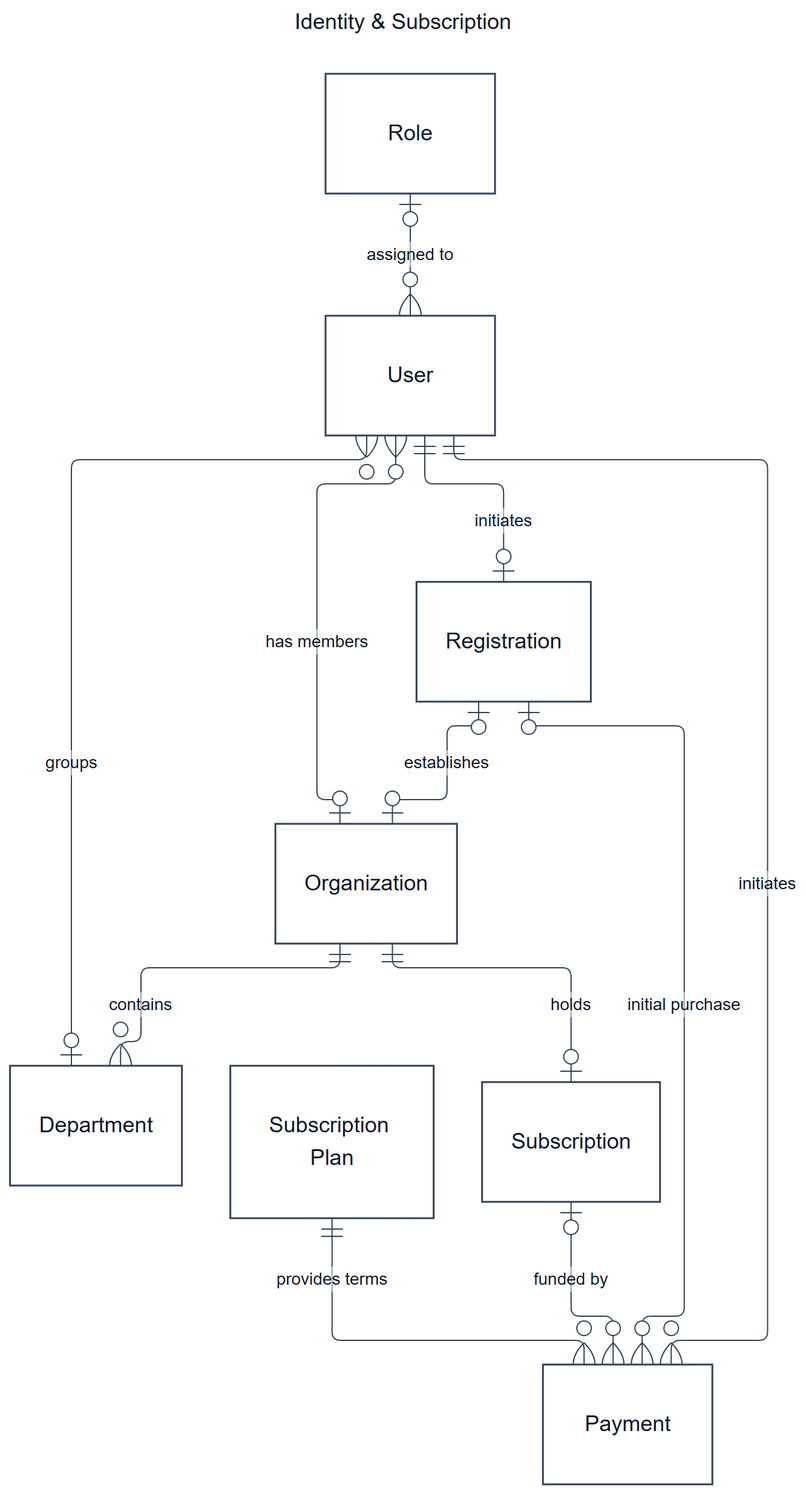
The Mermaid diagram documents/diagrams/mermaid/cerd-01.png in SEP490-Fall-2026-GFA26SE64/SEP490, before a commit. Its source is kept beside it as documents/diagrams/mermaid/cerd-01.mmd. Source of this version:
```mermaid
---
title: "Identity & Subscription"
config:
  layout: elk
  look: classic
  theme: base
  fontFamily: "Arial, sans-serif"
  themeCSS: ".node rect { stroke: #334155 !important; stroke-width: 1.5px !important; filter: none !important; }"
  themeVariables: {background: "#ffffff", primaryColor: "#ffffff", primaryTextColor: "#0f172a", primaryBorderColor: "#334155", lineColor: "#334155", textColor: "#0f172a", edgeLabelBackground: "#ffffff", fontSize: "18px"}
  er: {nodeSpacing: 36, rankSpacing: 65, minEntityWidth: 140, diagramPadding: 24}
---
erDiagram
  C01_Organization["Organization"]
  C01_User["User"]
  C01_Role["Role"]
  C01_Department["Department"]
  C01_Registration["Registration"]
  C01_Plan["Subscription Plan"]
  C01_Subscription["Subscription"]
  C01_Payment["Payment"]
  C01_Organization ||--o{ C01_Department : "contains"
  C01_Organization |o--o{ C01_User : "has members"
  C01_Department |o--o{ C01_User : "groups"
  C01_Role |o--o{ C01_User : "assigned to"
  C01_User ||--o| C01_Registration : "initiates"
  C01_Registration |o--o| C01_Organization : "establishes"
  C01_Organization ||--o| C01_Subscription : "holds"
  C01_User ||--o{ C01_Payment : "initiates"
  C01_Plan ||--o{ C01_Payment : "provides terms"
  C01_Registration |o--o{ C01_Payment : "initial purchase"
  C01_Subscription |o--o{ C01_Payment : "funded by"
```
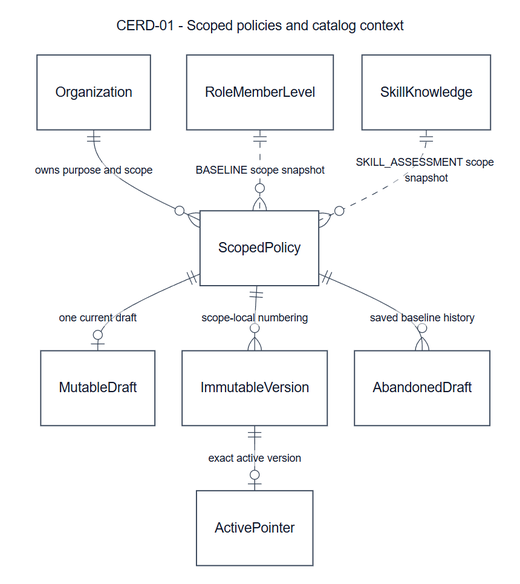
Later version of the same file.

Change to the diagram source:
```diff
@@ -1,7 +1,7 @@
 ---
-title: "Identity & Subscription"
+title: "CERD-01 - Scoped policies and catalog context"
 config:
-  layout: elk
+  layout: dagre
   look: classic
   theme: base
   fontFamily: "Arial, sans-serif"
@@ -9,23 +9,13 @@
   themeVariables: {background: "#ffffff", primaryColor: "#ffffff", primaryTextColor: "#0f172a", primaryBorderColor: "#334155", lineColor: "#334155", textColor: "#0f172a", edgeLabelBackground: "#ffffff", fontSize: "18px"}
   er: {nodeSpacing: 36, rankSpacing: 65, minEntityWidth: 140, diagramPadding: 24}
 ---
+
 erDiagram
-  C01_Organization["Organization"]
-  C01_User["User"]
-  C01_Role["Role"]
-  C01_Department["Department"]
-  C01_Registration["Registration"]
-  C01_Plan["Subscription Plan"]
-  C01_Subscription["Subscription"]
-  C01_Payment["Payment"]
-  C01_Organization ||--o{ C01_Department : "contains"
-  C01_Organization |o--o{ C01_User : "has members"
-  C01_Department |o--o{ C01_User : "groups"
-  C01_Role |o--o{ C01_User : "assigned to"
-  C01_User ||--o| C01_Registration : "initiates"
-  C01_Registration |o--o| C01_Organization : "establishes"
-  C01_Organization ||--o| C01_Subscription : "holds"
-  C01_User ||--o{ C01_Payment : "initiates"
-  C01_Plan ||--o{ C01_Payment : "provides terms"
-  C01_Registration |o--o{ C01_Payment : "initial purchase"
-  C01_Subscription |o--o{ C01_Payment : "funded by"
+  direction TB
+  Organization ||--o{ ScopedPolicy : "owns purpose and scope"
+  RoleMemberLevel ||..o{ ScopedPolicy : "BASELINE scope snapshot"
+  SkillKnowledge ||..o{ ScopedPolicy : "SKILL_ASSESSMENT scope snapshot"
+  ScopedPolicy ||--o| MutableDraft : "one current draft"
+  ScopedPolicy ||--o{ ImmutableVersion : "scope-local numbering"
+  ImmutableVersion ||--o| ActivePointer : "exact active version"
+  ScopedPolicy ||--o{ AbandonedDraft : "saved baseline history"
```
